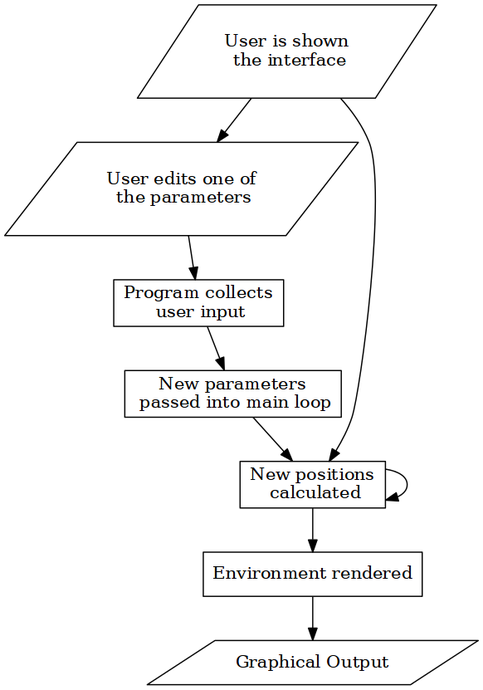
Above: doc/img/flow.png in mondoman712/OrbSim (Graphviz), before the change. Its source is kept beside it as doc/img/flow.dot.
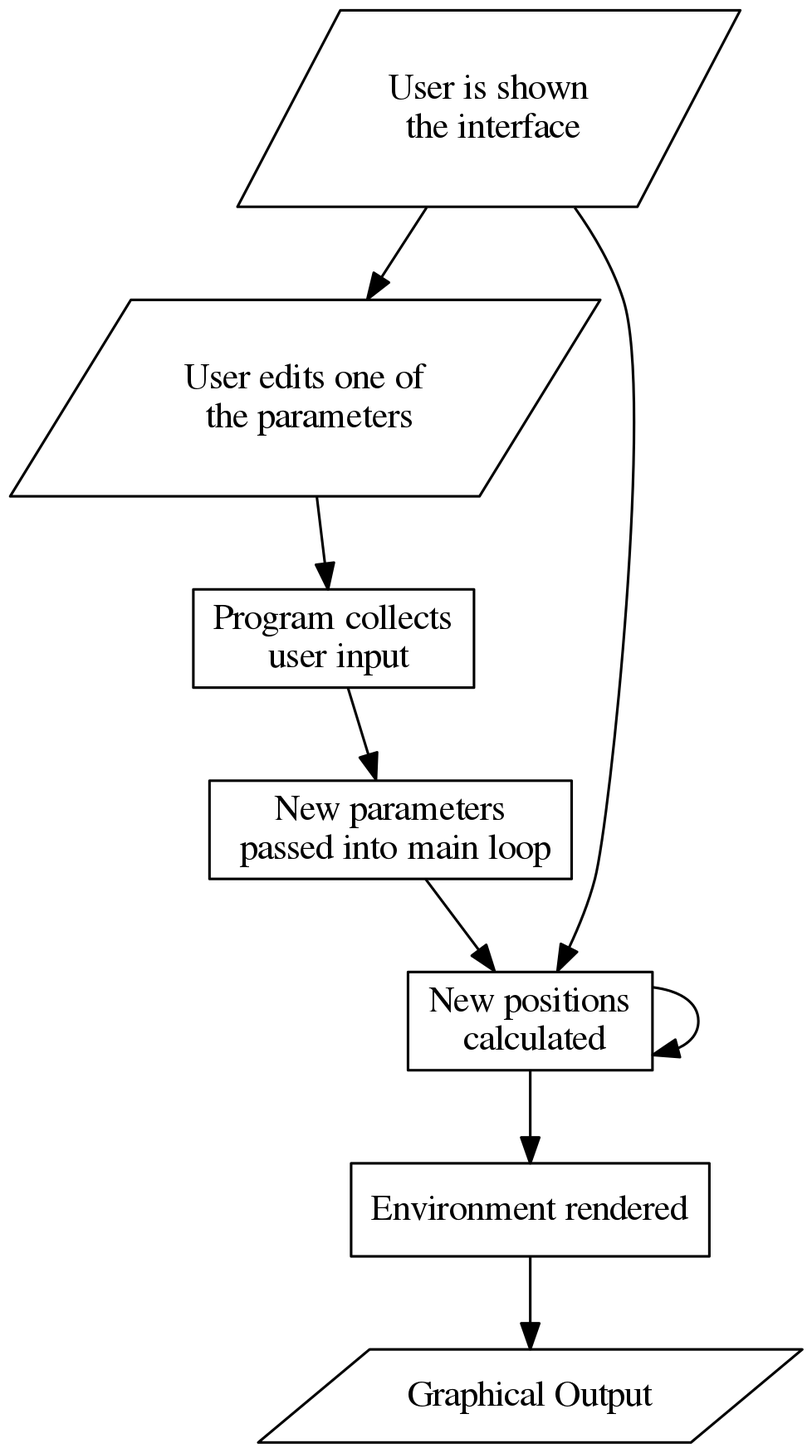
After the change.

The edit, as a diff of the source:
```diff
@@ -1,5 +1,5 @@
 digraph flowchart {
-	graph [autosize=false, size="7.3,8.3!", resolution=100];
+	graph [autosize=false, size="5.3,5.3!", resolution=330];
 	a [shape=parallelogram,label="User is shown\n the interface"];
 	b [shape=parallelogram,label="User edits one of\n the parameters"];
 	c [shape=box,label="Program collects\n user input"];
```
